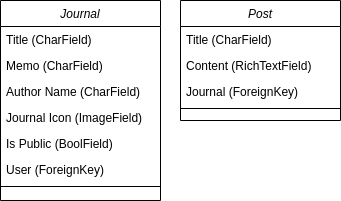
Above: docs/Class Diagram.png in wycre/cs3300-journaling (draw.io), before the change. Source tidied: cells renumbered, new cells last; positions are measured from the earlier drawing's top-left corner, leaving out a move shared by most shapes.
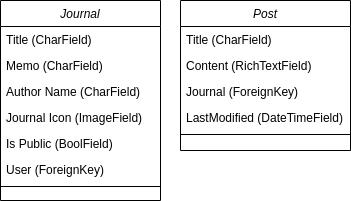
After the change.

Change to the diagram source:
```diff
@@ -27,19 +27,22 @@
       <mxGeometry y="182" width="160" height="8" as="geometry" />
     </mxCell>
     <mxCell id="10" value="Post" style="swimlane;fontStyle=2;align=center;verticalAlign=top;horizontal=1;startSize=26;rounded=0;shadow=0;strokeWidth=1;" parent="1" vertex="1">
-      <mxGeometry x="180" width="160" height="120" as="geometry" />
+      <mxGeometry x="180" width="170" height="150" as="geometry" />
     </mxCell>
     <mxCell id="11" value="Title (CharField)" style="text;align=left;verticalAlign=top;spacingLeft=4;spacingRight=4;overflow=hidden;" parent="10" vertex="1">
-      <mxGeometry y="26" width="160" height="26" as="geometry" />
+      <mxGeometry y="26" width="170" height="26" as="geometry" />
     </mxCell>
     <mxCell id="12" value="Content (RichTextField)" style="text;align=left;verticalAlign=top;spacingLeft=4;spacingRight=4;overflow=hidden;rounded=0;shadow=0;html=0;" parent="10" vertex="1">
-      <mxGeometry y="52" width="160" height="26" as="geometry" />
+      <mxGeometry y="52" width="170" height="26" as="geometry" />
     </mxCell>
     <mxCell id="13" value="Journal (ForeignKey)" style="text;align=left;verticalAlign=top;spacingLeft=4;spacingRight=4;overflow=hidden;rounded=0;shadow=0;html=0;strokeColor=none;" parent="10" vertex="1">
-      <mxGeometry y="78" width="160" height="26" as="geometry" />
+      <mxGeometry y="78" width="170" height="26" as="geometry" />
     </mxCell>
+    <mxCell id="15" value="LastModified (DateTimeField)" style="text;align=left;verticalAlign=top;spacingLeft=4;spacingRight=4;overflow=hidden;rounded=0;shadow=0;html=0;strokeColor=none;" parent="10" vertex="1">
+      <mxGeometry y="104" width="170" height="26" as="geometry" />
+    </mxCell>
     <mxCell id="14" style="line;html=1;strokeWidth=1;align=left;verticalAlign=middle;spacingTop=-1;spacingLeft=3;spacingRight=3;labelPosition=right;" parent="10" vertex="1">
-      <mxGeometry y="104" width="160" height="8" as="geometry" />
+      <mxGeometry y="130" width="170" height="8" as="geometry" />
     </mxCell>
   </root>
 </mxGraphModel>
```
